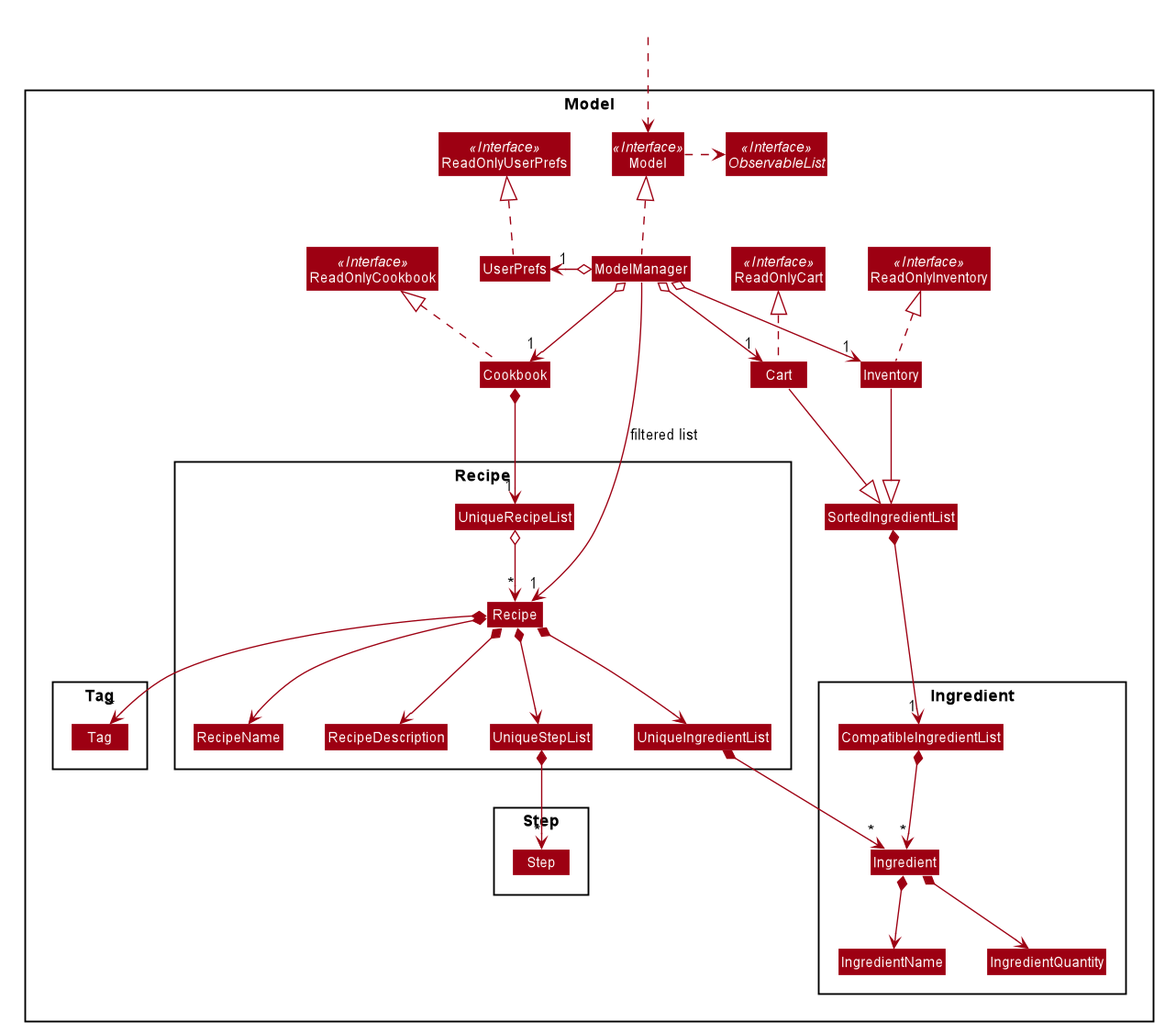
Above: docs/images/ModelClassDiagram.png in tzihiang/main (PlantUML), before the change.
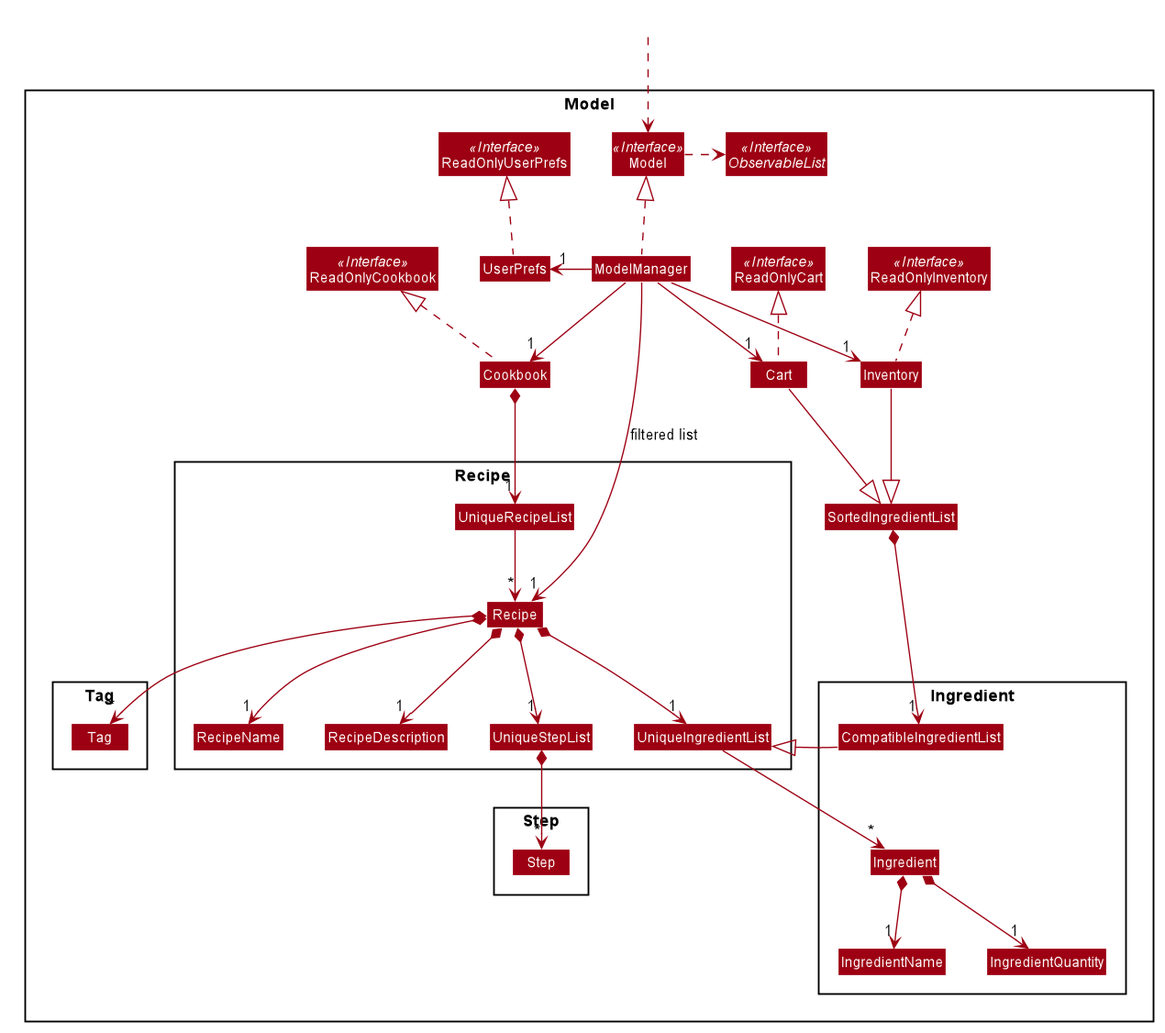
The same file after the commit.

Commit message:
Edit Model class diagram

The edit, as a diff of the source:
```diff
@@ -104,33 +104,39 @@
 
 ModelManager .up.|> Model
 Model .right.> ObservableList
-ModelManager o-down-> "1" Cookbook
-ModelManager o-left-> "1" UserPrefs
+ModelManager -down-> "1" Cookbook
+ModelManager -left-> "1" UserPrefs
 UserPrefs .up.|> ReadOnlyUserPrefs
-ModelManager o-down-> "1" Inventory
-ModelManager o-down-> "1" Cart
+ModelManager -down-> "1" Inventory
+ModelManager -down-> "1" Cart
 
 Cookbook -[hidden]up-> UserPrefs
 
 Cookbook *--> "1" UniqueRecipeList
-UniqueRecipeList o--> "*" Recipe
-Recipe *--> RecipeName
-Recipe *--> RecipeDescription
-Recipe *--> UniqueIngredientList
-Recipe *--> UniqueStepList
+UniqueRecipeList --> "*" Recipe
+Recipe *--> "1" RecipeName
+Recipe *--> "1" RecipeDescription
+Recipe *--> "1" UniqueIngredientList
+Recipe *--> "1" UniqueStepList
 Recipe *--> "*" Tag
 
 RecipeName -[hidden]right-> RecipeDescription
 RecipeDescription -[hidden]right-> UniqueStepList
 UniqueStepList -[hidden]right-> UniqueIngredientList
 
+Tag -[hidden]right-> RecipeName
+RecipeName -[hidden]right-> RecipeDescription
+RecipeDescription -[hidden]right-> UniqueStepList
+UniqueStepList -[hidden]right-> UniqueIngredientList
+
 Inventory --|> SortedIngredientList
 Cart --|> SortedIngredientList
-SortedIngredientList *--> "1" CompatibleIngredientList
-CompatibleIngredientList *--> "*" Ingredient
-UniqueIngredientList *--> "*" Ingredient
-Ingredient *--> IngredientName
-Ingredient *--> IngredientQuantity
+SortedIngredientList *-down-> "1" CompatibleIngredientList
+CompatibleIngredientList -left-|> UniqueIngredientList
+CompatibleIngredientList -[hidden]down-|> Ingredient
+UniqueIngredientList -down-> "*" Ingredient
+Ingredient *-down-> "1" IngredientName
+Ingredient *-down-> "1" IngredientQuantity
 
 UniqueStepList *--> "*" Step
 
```
